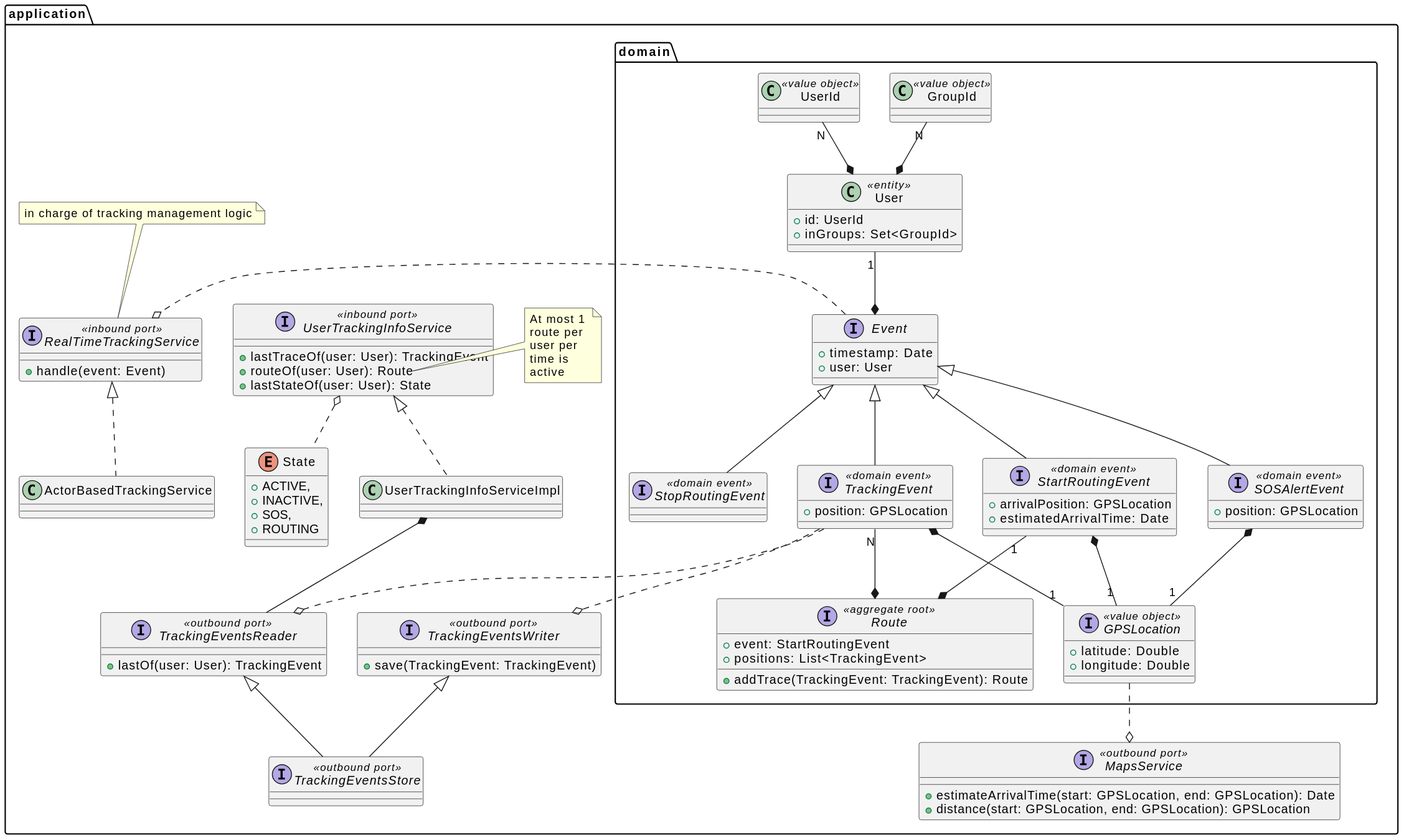
Above: res/location-service-structure.svg in position-pal/position-pal.github.io (PlantUML), before the change.
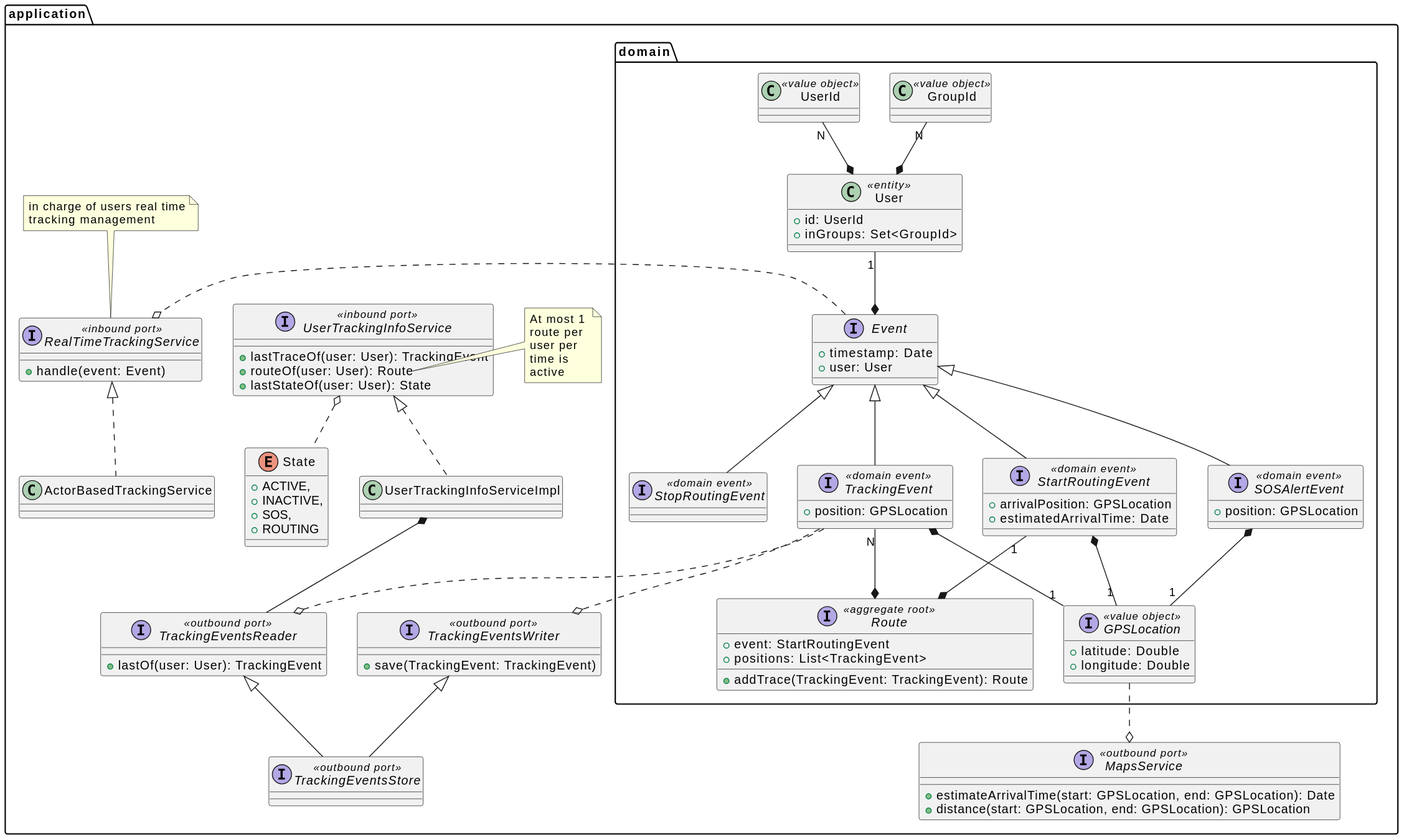
After the change.

Diff of the diagram source:
```diff
@@ -104,7 +104,8 @@
     RealTimeTrackingService o.l. Event
     class ActorBasedTrackingService implements RealTimeTrackingService
     note top of RealTimeTrackingService
-        in charge of tracking management logic
+        in charge of users real time
+        tracking management
     end note
 }
 @enduml
```
